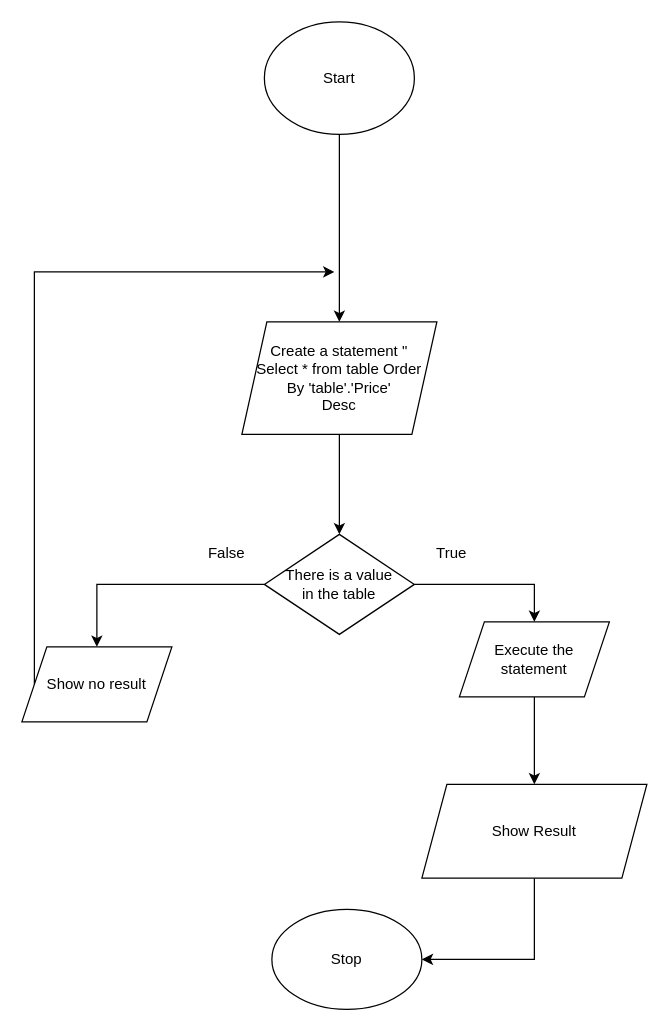
Before: page "Order by release date DESC'" (3 of 4) of Filterphone.drawio in khanh8603/khanh8603, a draw.io diagram. Source tidied: cells renumbered, new cells numbered last; positions are measured from the earlier drawing's top-left corner, leaving out a move shared by most shapes. Both pictures are drawn from the tidied source at 125%, with x=0, y=0 at pixel (21, 21).
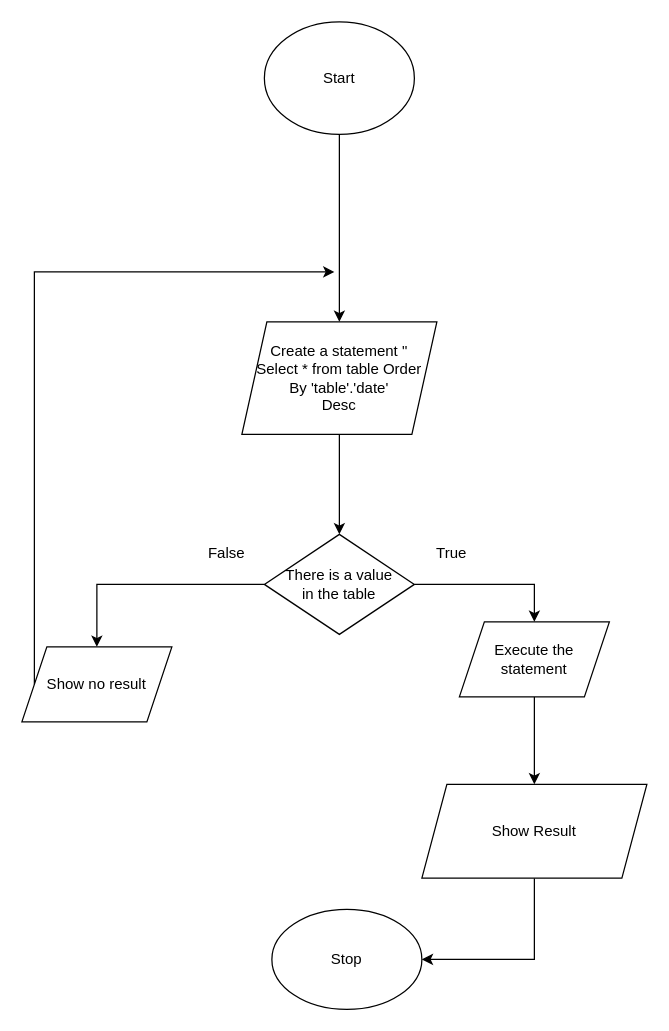
Above is the later version.

Commit message (it also covers changes not shown here):
Cập nhật Filterphone.drawio

Diff of the diagram source:
```diff
@@
 <mxGraphModel>
   <root>
     <mxCell id="0" />
     <mxCell id="1" parent="0" />
     <mxCell id="2" value="Start" style="ellipse;whiteSpace=wrap;html=1;" parent="1" vertex="1">
       <mxGeometry x="194" width="120" height="90" as="geometry" />
     </mxCell>
     <mxCell id="3" value="Stop" style="ellipse;whiteSpace=wrap;html=1;" parent="1" vertex="1">
       <mxGeometry x="200" y="710" width="120" height="80" as="geometry" />
     </mxCell>
     <mxCell id="4" style="edgeStyle=orthogonalEdgeStyle;rounded=0;jettySize=auto;html=1;exitX=0.5;exitY=1;exitDx=0;exitDy=0;entryX=0.5;entryY=0;entryDx=0;entryDy=0;" parent="1" edge="1" source="2" target="6">
       <mxGeometry relative="1" as="geometry" />
     </mxCell>
     <mxCell id="5" style="edgeStyle=orthogonalEdgeStyle;rounded=0;jettySize=auto;html=1;exitX=0.5;exitY=1;exitDx=0;exitDy=0;entryX=0.5;entryY=0;entryDx=0;entryDy=0;" parent="1" edge="1" source="6" target="9">
       <mxGeometry relative="1" as="geometry" />
     </mxCell>
-    <mxCell id="6" value="Create a statement &quot;&lt;br&gt;Select * from table Order&lt;br&gt;By 'table'.'Price'&lt;br&gt;Desc" style="shape=parallelogram;perimeter=parallelogramPerimeter;whiteSpace=wrap;html=1;fixedSize=1;" parent="1" vertex="1">
+    <mxCell id="6" value="Create a statement &quot;&lt;br&gt;Select * from table Order&lt;br&gt;By 'table'.'date'&lt;br&gt;Desc" style="shape=parallelogram;perimeter=parallelogramPerimeter;whiteSpace=wrap;html=1;fixedSize=1;" parent="1" vertex="1">
       <mxGeometry x="176" y="240" width="156" height="90" as="geometry" />
     </mxCell>
     <mxCell id="7" style="edgeStyle=orthogonalEdgeStyle;rounded=0;jettySize=auto;html=1;entryX=0.5;entryY=0;entryDx=0;entryDy=0;" parent="1" edge="1" source="17" target="11">
       <mxGeometry relative="1" as="geometry" />
     </mxCell>
     <mxCell id="8" style="edgeStyle=orthogonalEdgeStyle;rounded=0;jettySize=auto;html=1;exitX=0;exitY=0.5;exitDx=0;exitDy=0;entryX=0.5;entryY=0;entryDx=0;entryDy=0;" parent="1" edge="1" source="9" target="13">
       <mxGeometry relative="1" as="geometry" />
     </mxCell>
     <mxCell id="9" value="There is a value&lt;br&gt;in the table" style="rhombus;whiteSpace=wrap;html=1;" parent="1" vertex="1">
       <mxGeometry x="194" y="410" width="120" height="80" as="geometry" />
     </mxCell>
     <mxCell id="10" style="edgeStyle=orthogonalEdgeStyle;rounded=0;jettySize=auto;html=1;exitX=0.5;exitY=1;exitDx=0;exitDy=0;entryX=1;entryY=0.5;entryDx=0;entryDy=0;" parent="1" edge="1" source="11" target="3">
       <mxGeometry relative="1" as="geometry" />
     </mxCell>
     <mxCell id="11" value="Show Result" style="shape=parallelogram;perimeter=parallelogramPerimeter;whiteSpace=wrap;html=1;fixedSize=1;" parent="1" vertex="1">
       <mxGeometry x="320" y="610" width="180" height="75" as="geometry" />
     </mxCell>
     <mxCell id="12" style="edgeStyle=orthogonalEdgeStyle;rounded=0;jettySize=auto;html=1;exitX=0;exitY=0.5;exitDx=0;exitDy=0;" parent="1" edge="1" source="13">
       <mxGeometry relative="1" as="geometry">
         <mxPoint x="250" y="200" as="targetPoint" />
         <Array as="points">
           <mxPoint x="10" y="200" />
         </Array>
       </mxGeometry>
     </mxCell>
     <mxCell id="13" value="Show no result" style="shape=parallelogram;perimeter=parallelogramPerimeter;whiteSpace=wrap;html=1;fixedSize=1;" parent="1" vertex="1">
       <mxGeometry y="500" width="120" height="60" as="geometry" />
     </mxCell>
     <mxCell id="14" value="True" style="text;html=1;strokeColor=none;fillColor=none;align=center;verticalAlign=middle;whiteSpace=wrap;rounded=0;" parent="1" vertex="1">
       <mxGeometry x="314" y="410" width="60" height="30" as="geometry" />
     </mxCell>
     <mxCell id="15" value="False" style="text;html=1;strokeColor=none;fillColor=none;align=center;verticalAlign=middle;whiteSpace=wrap;rounded=0;" parent="1" vertex="1">
       <mxGeometry x="134" y="410" width="60" height="30" as="geometry" />
     </mxCell>
     <mxCell id="16" style="edgeStyle=orthogonalEdgeStyle;rounded=0;jettySize=auto;html=1;entryX=0.5;entryY=0;entryDx=0;entryDy=0;" parent="1" edge="1" source="9" target="17">
       <mxGeometry relative="1" as="geometry" />
     </mxCell>
     <mxCell id="17" value="Execute the statement" style="shape=parallelogram;perimeter=parallelogramPerimeter;whiteSpace=wrap;html=1;fixedSize=1;" parent="1" vertex="1">
       <mxGeometry x="350" y="480" width="120" height="60" as="geometry" />
     </mxCell>
   </root>
 </mxGraphModel>
```
